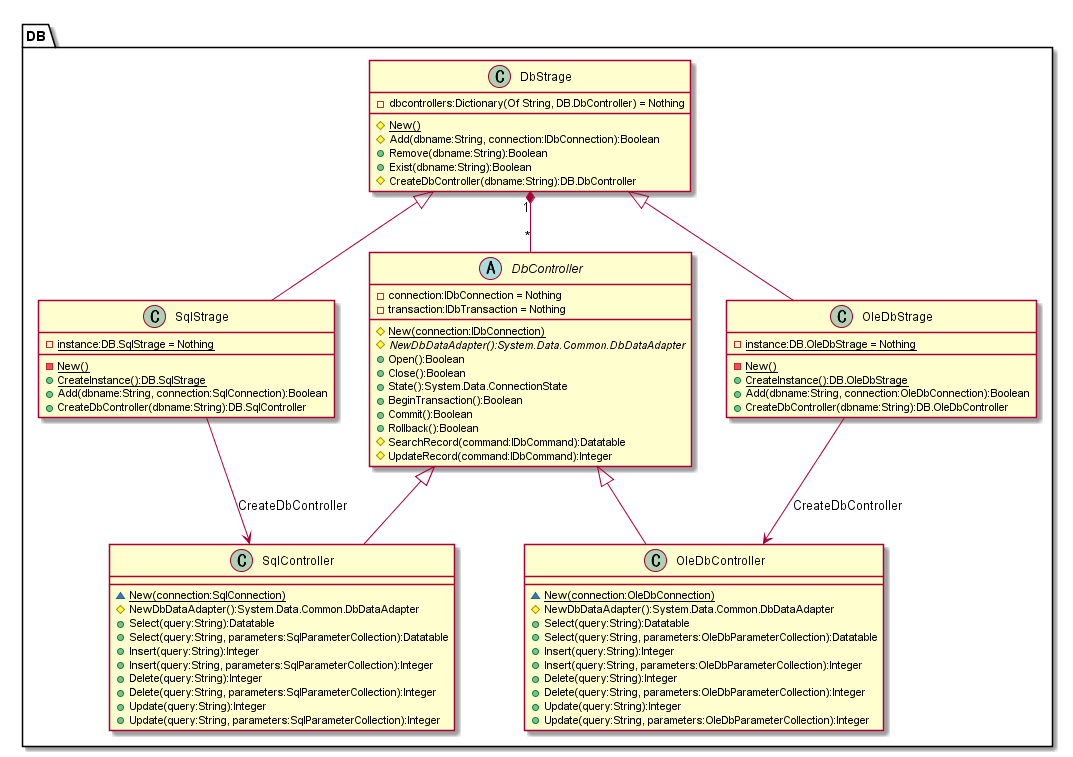
Earlier version of the PlantUML export doc/ClassDiagram/DbControll.png (hirorich/CommonTool).
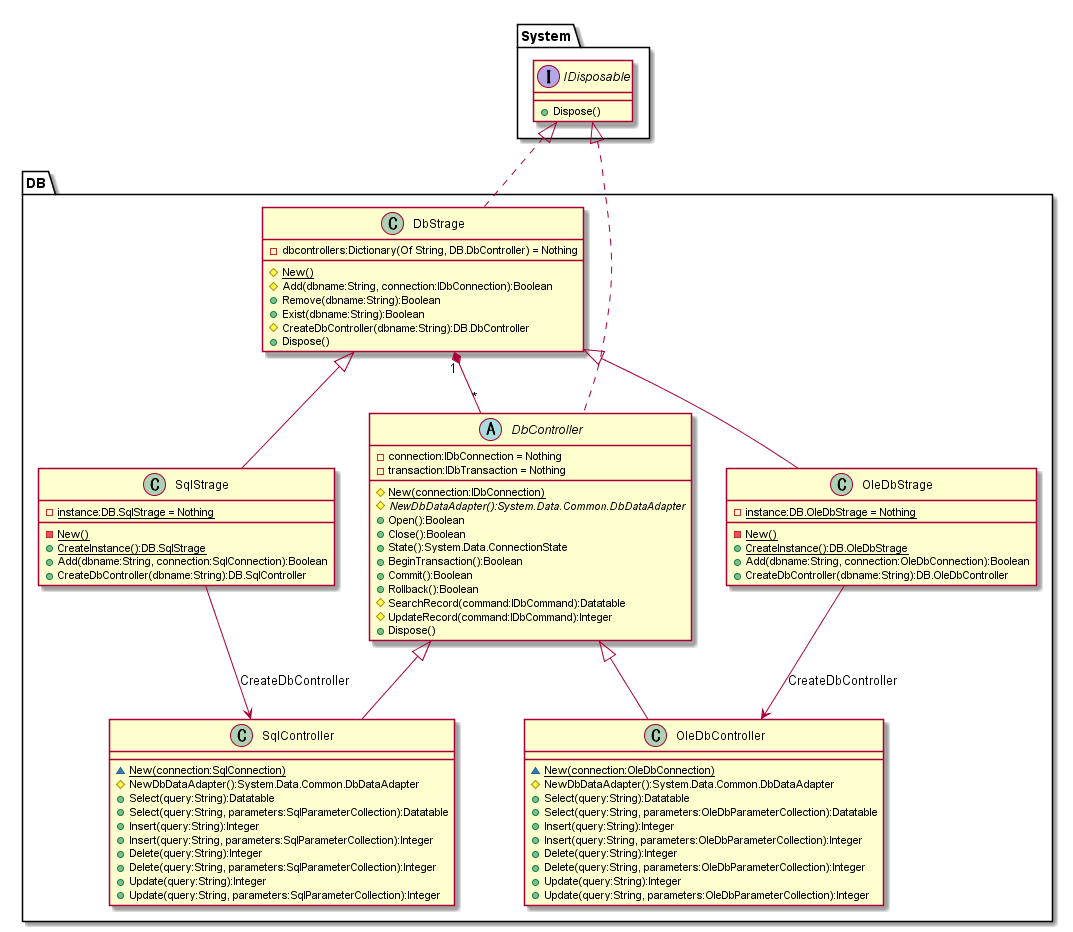
The same diagram one commit later.

Commit message:
Disposeメソッドの実装

Change to the diagram source:
```diff
@@ -1,4 +1,9 @@
 @startuml DbControll.png
+
+interface System.IDisposable {
+  + Dispose()
+}
+
 class DB.DbStrage {
   - {field} dbcontrollers:Dictionary(Of String, DB.DbController) = Nothing
 
@@ -7,7 +12,9 @@
   + Remove(dbname:String):Boolean
   + Exist(dbname:String):Boolean
   # CreateDbController(dbname:String):DB.DbController
+  + Dispose()
 }
+System.IDisposable <|.. DB.DbStrage
 
 class DB.SqlStrage {
   - {static} instance:DB.SqlStrage = Nothing
@@ -17,6 +24,7 @@
   + Add(dbname:String, connection:SqlConnection):Boolean
   + CreateDbController(dbname:String):DB.SqlController
 }
+DB.DbStrage <|-- DB.SqlStrage
 
 class DB.OleDbStrage {
   - {static} instance:DB.OleDbStrage = Nothing
@@ -26,6 +34,7 @@
   + Add(dbname:String, connection:OleDbConnection):Boolean
   + CreateDbController(dbname:String):DB.OleDbController
 }
+DB.DbStrage <|-- DB.OleDbStrage
 
 abstract class DB.DbController {
   - connection:IDbConnection = Nothing
@@ -41,7 +50,9 @@
   + Rollback():Boolean
   # SearchRecord(command:IDbCommand):Datatable
   # UpdateRecord(command:IDbCommand):Integer
+  + Dispose()
 }
+System.IDisposable <|.. DB.DbController
 
 class DB.SqlController {
 
@@ -56,6 +67,7 @@
   + Update(query:String):Integer
   + Update(query:String, parameters:SqlParameterCollection):Integer
 }
+DB.DbController <|-- DB.SqlController
 
 class DB.OleDbController {
 
@@ -70,13 +82,10 @@
   + Update(query:String):Integer
   + Update(query:String, parameters:OleDbParameterCollection):Integer
 }
-
-DB.DbStrage <|-- DB.SqlStrage
-DB.DbStrage <|-- DB.OleDbStrage
-DB.DbController <|-- DB.SqlController
 DB.DbController <|-- DB.OleDbController
 
 DB.DbStrage "1" *-- "*" DB.DbController
+
 DB.SqlStrage --> DB.SqlController:CreateDbController
 DB.OleDbStrage --> DB.OleDbController:CreateDbController
 
```
